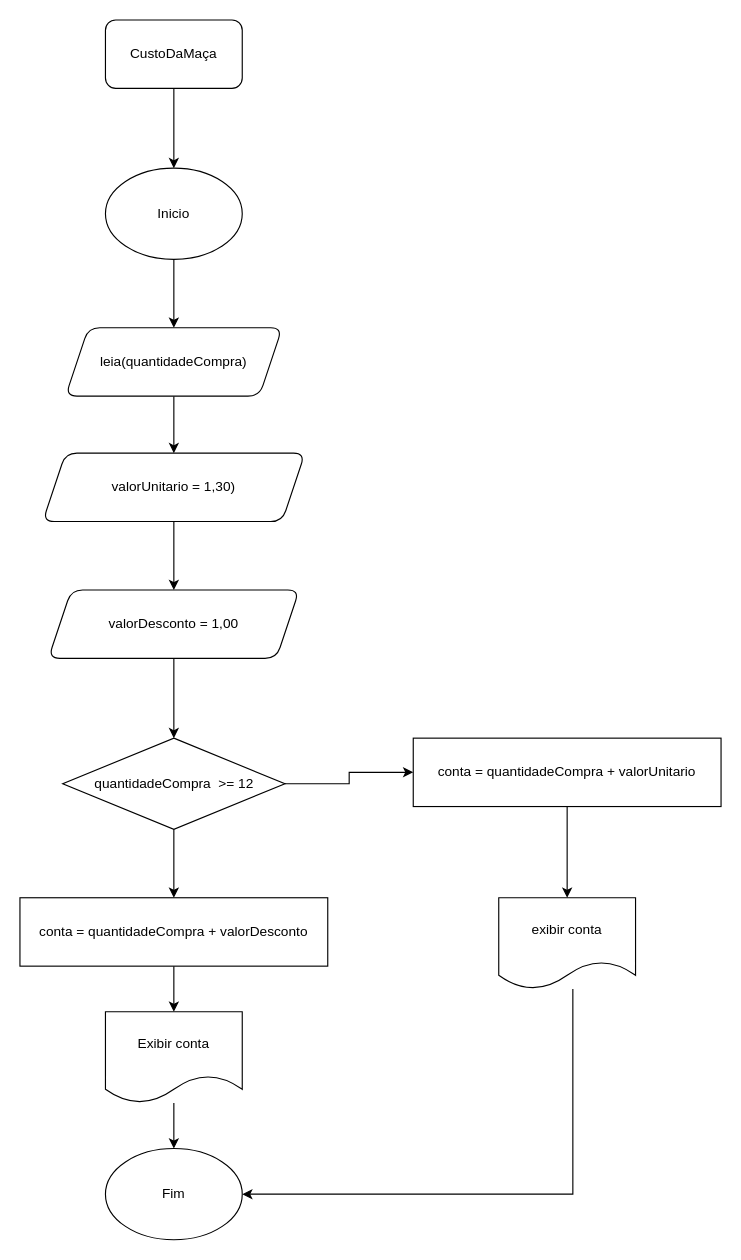
The draw.io diagram CustoDaMaça.drawio in Rafael7360/Diagramas, before the edit. Source tidied: cells renumbered, new cells numbered last; positions are measured from the earlier drawing's top-left corner, leaving out a move shared by most shapes. Both pictures are drawn from the tidied source at 114%, with x=0, y=0 at pixel (19, 19).
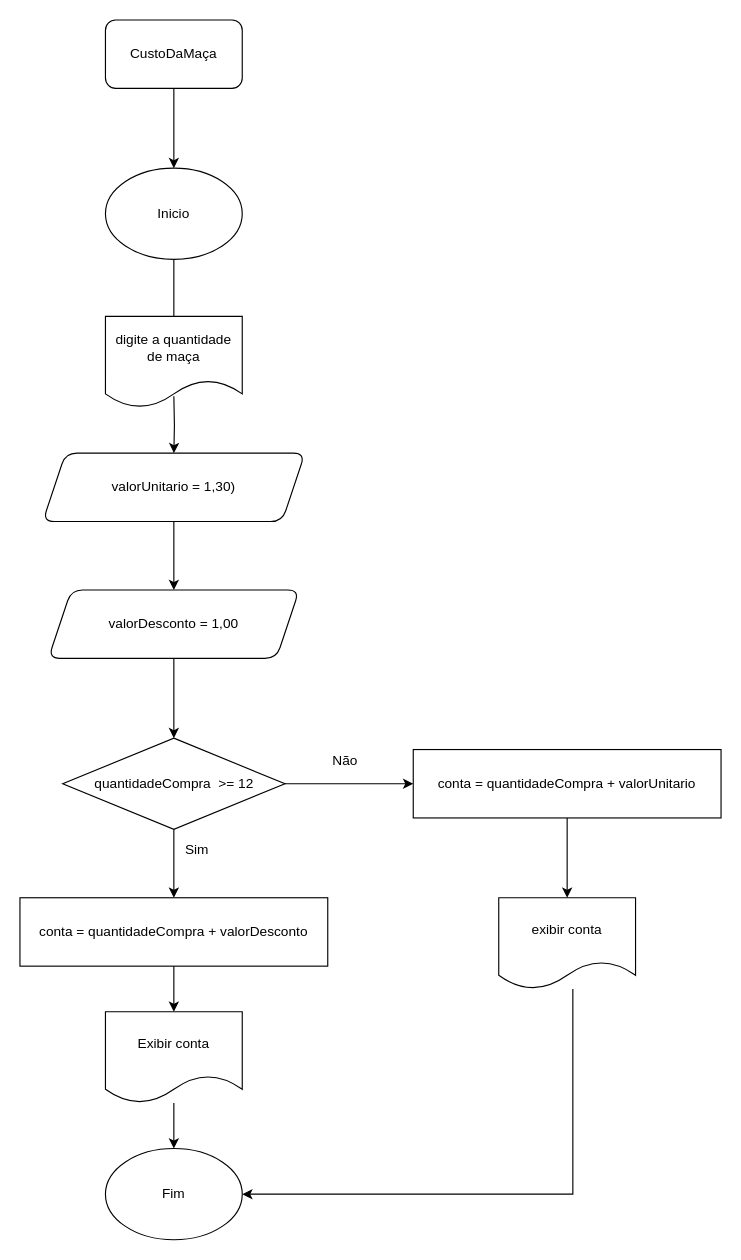
The same diagram, later.

Unchanged cells that the change refers to:
```xml
<mxCell id="5" value="Inicio" style="ellipse;whiteSpace=wrap;html=1;rounded=1;" parent="1" vertex="1">
  <mxGeometry x="75" y="130" width="120" height="80" as="geometry" />
</mxCell>
<mxCell id="9" value="valorUnitario = 1,30)" style="shape=parallelogram;perimeter=parallelogramPerimeter;whiteSpace=wrap;html=1;fixedSize=1;rounded=1;" parent="1" vertex="1">
  <mxGeometry x="20" y="380" width="230" height="60" as="geometry" />
</mxCell>
```

Diff of the diagram source:
```diff
@@
-    <mxCell id="4" style="edgeStyle=orthogonalEdgeStyle;rounded=0;jettySize=auto;html=1;" parent="1" edge="1" source="5" target="7">
-      <mxGeometry relative="1" as="geometry" />
+    <mxCell id="4" style="edgeStyle=orthogonalEdgeStyle;rounded=0;jettySize=auto;html=1;" parent="1" edge="1" source="5">
+      <mxGeometry relative="1" as="geometry">
+        <mxPoint x="135" y="270" as="targetPoint" />
+      </mxGeometry>
     </mxCell>
@@
-    <mxCell id="6" style="edgeStyle=orthogonalEdgeStyle;rounded=0;jettySize=auto;html=1;" parent="1" edge="1" source="7" target="9">
-      <mxGeometry relative="1" as="geometry" />
+    <mxCell id="6" style="edgeStyle=orthogonalEdgeStyle;rounded=0;jettySize=auto;html=1;" parent="1" edge="1" target="9">
+      <mxGeometry relative="1" as="geometry">
+        <mxPoint x="135" y="330" as="sourcePoint" />
+      </mxGeometry>
     </mxCell>
-    <mxCell id="7" value="leia(quantidadeCompra)" style="shape=parallelogram;perimeter=parallelogramPerimeter;whiteSpace=wrap;html=1;fixedSize=1;rounded=1;" parent="1" vertex="1">
-      <mxGeometry x="40" y="270" width="190" height="60" as="geometry" />
-    </mxCell>
@@
     <mxCell id="22" value="conta = quantidadeCompra + valorUnitario" style="rounded=0;whiteSpace=wrap;html=1;" parent="1" vertex="1">
-      <mxGeometry x="345" y="630" width="270" height="60" as="geometry" />
+      <mxGeometry x="345" y="640" width="270" height="60" as="geometry" />
     </mxCell>
@@
+    <mxCell id="24" value="&lt;div&gt;digite a quantidade&lt;/div&gt;&lt;div&gt;de maça&lt;br&gt;&lt;/div&gt;" style="shape=document;whiteSpace=wrap;html=1;boundedLbl=1;" parent="1" vertex="1">
+      <mxGeometry x="75" y="260" width="120" height="80" as="geometry" />
+    </mxCell>
+    <mxCell id="25" value="&lt;div&gt;Sim&lt;/div&gt;&lt;div&gt;&lt;br&gt;&lt;/div&gt;" style="text;html=1;align=center;verticalAlign=middle;" parent="1" vertex="1">
+      <mxGeometry x="135" y="720" width="40" height="30" as="geometry" />
+    </mxCell>
+    <mxCell id="26" value="Não" style="text;html=1;align=center;verticalAlign=middle;" parent="1" vertex="1">
+      <mxGeometry x="265" y="640" width="40" height="20" as="geometry" />
+    </mxCell>
```
